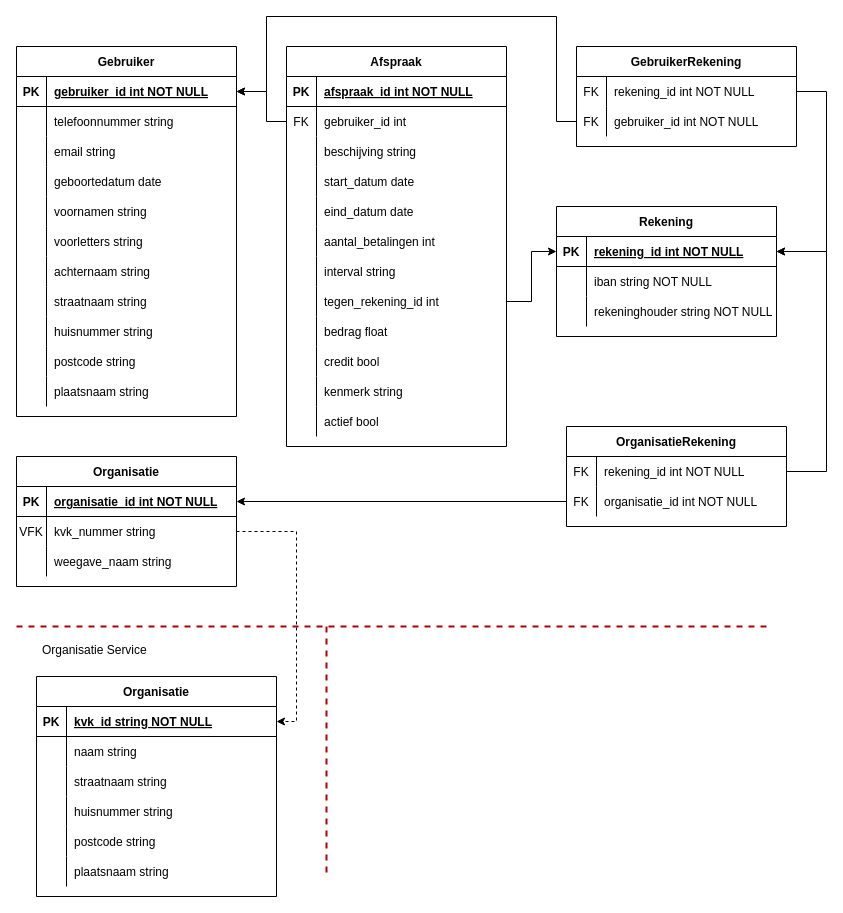
frameless/huishoudboekje-nl-design-system-demo keeps this draw.io diagram as docs/HHB ERD.drawio. Above is the earlier version. Source tidied: cells renumbered, new cells numbered last; positions are measured from the earlier drawing's top-left corner, leaving out a move shared by most shapes. Both pictures are drawn from the tidied source at 100%, with x=0, y=0 at pixel (16, 16).
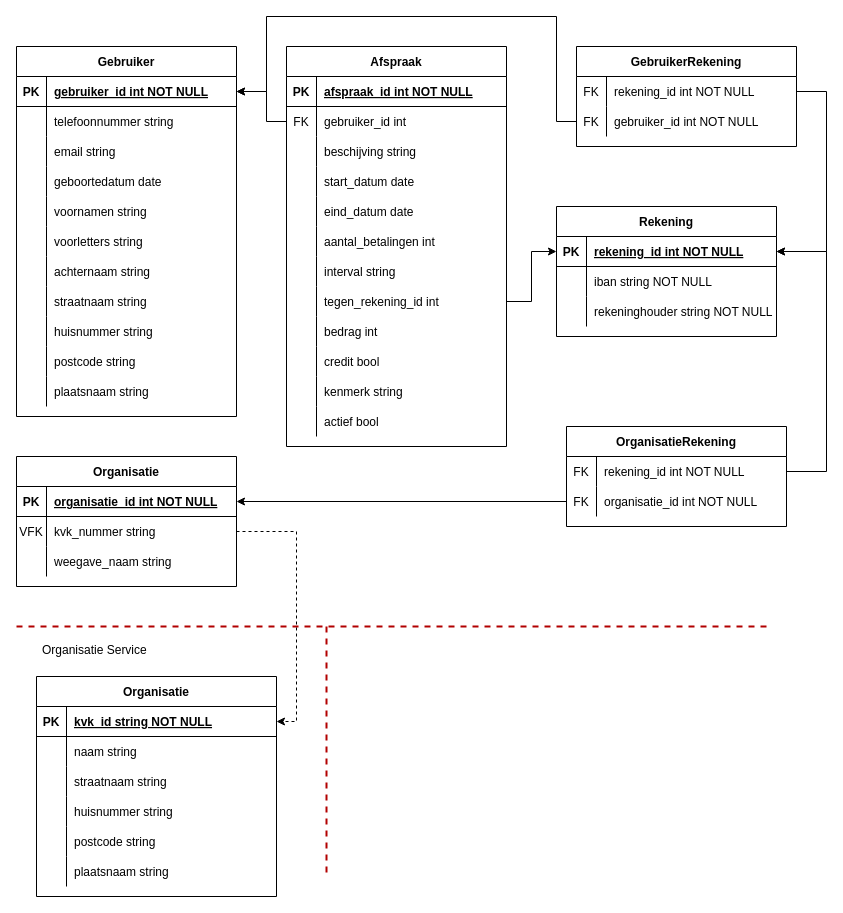
Above is the later version.

Unchanged cells that the change refers to:
```xml
<mxCell id="97" style="shape=partialRectangle;fillColor=none;top=0;left=0;bottom=0;right=0;" parent="72" vertex="1">
  <mxGeometry y="270" width="220" height="30" as="geometry" />
</mxCell>
```

Change to the diagram source:
```diff
@@
-    <mxCell id="99" value="bedrag float" style="shape=partialRectangle;fillColor=none;top=0;left=0;bottom=0;right=0;align=left;spacingLeft=6;overflow=hidden;" parent="97" vertex="1">
+    <mxCell id="99" value="bedrag int" style="shape=partialRectangle;fillColor=none;top=0;left=0;bottom=0;right=0;align=left;spacingLeft=6;overflow=hidden;" parent="97" vertex="1">
       <mxGeometry x="30" width="190" height="30" as="geometry" />
     </mxCell>
```
